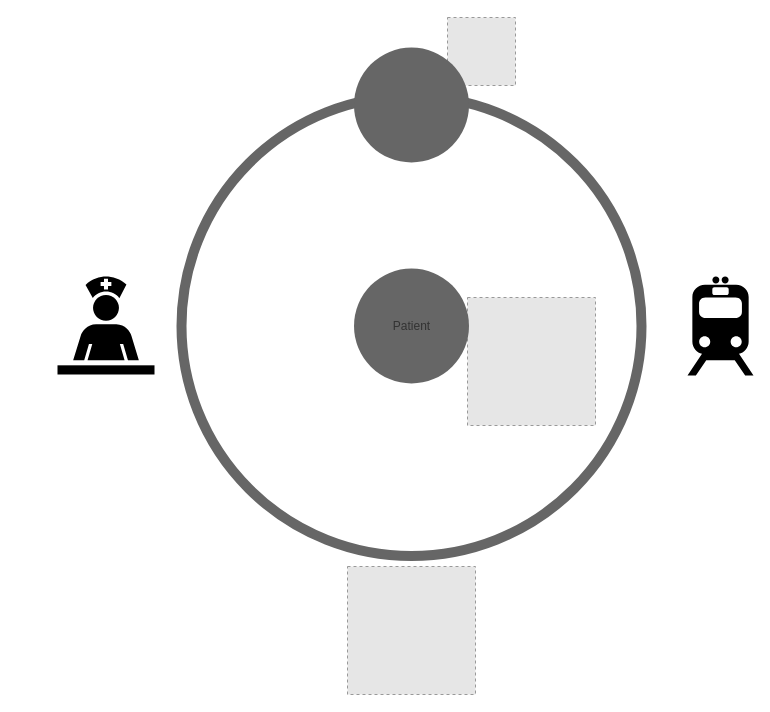
Earlier version of the draw.io diagram Value based healthcare.drawio (eriam/Diagrammes). Source tidied: cells renumbered, new cells numbered last; positions are measured from the earlier drawing's top-left corner, leaving out a move shared by most shapes. Both pictures are drawn from the tidied source at 100%, with x=0, y=0 at pixel (57, 17). Pictures stored in the file or linked from it are replaced by grey dashed boxes.
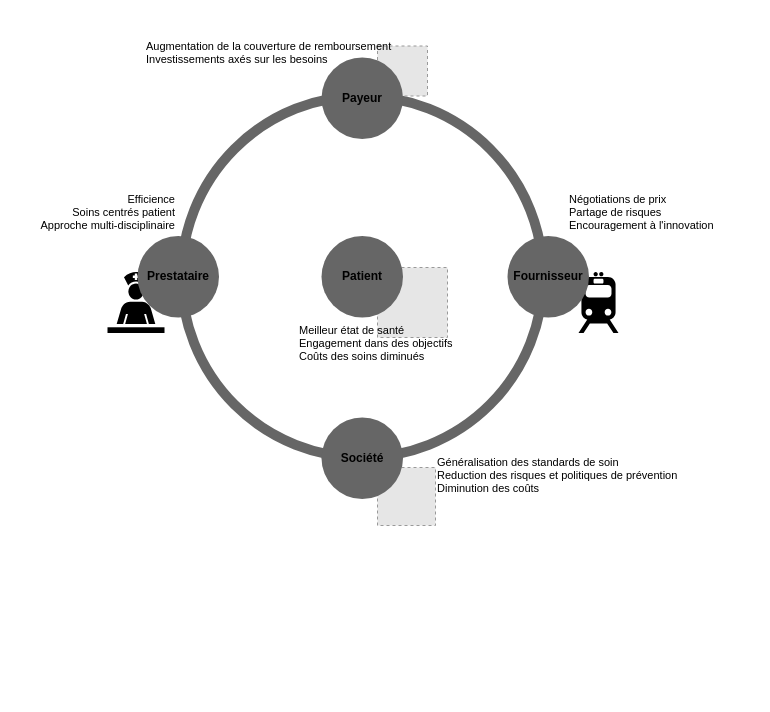
After the change.

Commit message:
Mettre à jour Value based healthcare.drawio

The edit, as a diff of the source:
```diff
@@
 <mxGraphModel>
   <root>
     <mxCell id="0" />
     <mxCell id="1" parent="0" />
     <mxCell id="2" style="ellipse;whiteSpace=wrap;html=1;fillColor=none;strokeWidth=10;strokeColor=#666666;" parent="1" vertex="1">
-      <mxGeometry x="124" y="78.5" width="460" height="460" as="geometry" />
+      <mxGeometry x="124" y="78.5" width="361.5" height="361.5" as="geometry" />
     </mxCell>
     <mxCell id="3" style="shape=mxgraph.signs.healthcare.care_staff_area;html=1;fillColor=#000000;strokeColor=none;verticalLabelPosition=bottom;verticalAlign=top;align=center;" parent="1" vertex="1">
-      <mxGeometry y="259" width="97" height="98" as="geometry" />
+      <mxGeometry x="50" y="254.5" width="57" height="61" as="geometry" />
     </mxCell>
     <mxCell id="4" style="fillColor=#E6E6E6;strokeColor=#999999;dashed=1;html=1;verticalAlign=top;verticalLabelPosition=bottom;labelBackgroundColor=#ffffff;" parent="1" vertex="1">
-      <mxGeometry x="410" y="280" width="128" height="128" as="geometry" />
+      <mxGeometry x="320" y="250" width="70" height="70" as="geometry" />
     </mxCell>
     <mxCell id="5" style="fillColor=#E6E6E6;strokeColor=#999999;dashed=1;html=1;verticalAlign=top;verticalLabelPosition=bottom;labelBackgroundColor=#ffffff;" parent="1" vertex="1">
-      <mxGeometry x="390" width="68" height="68" as="geometry" />
+      <mxGeometry x="320" y="28.5" width="50" height="50" as="geometry" />
     </mxCell>
     <mxCell id="6" style="fillColor=#E6E6E6;strokeColor=#999999;dashed=1;html=1;verticalAlign=top;verticalLabelPosition=bottom;labelBackgroundColor=#ffffff;" parent="1" vertex="1">
-      <mxGeometry x="290" y="549" width="128" height="128" as="geometry" />
+      <mxGeometry x="320" y="450" width="58" height="58" as="geometry" />
     </mxCell>
     <mxCell id="7" style="shape=mxgraph.signs.transportation.train_2;html=1;fillColor=#000000;strokeColor=none;verticalLabelPosition=bottom;verticalAlign=top;align=center;" parent="1" vertex="1">
-      <mxGeometry x="630" y="259" width="66" height="99" as="geometry" />
+      <mxGeometry x="521" y="254.5" width="40" height="61" as="geometry" />
     </mxCell>
-    <mxCell id="8" style="ellipse;whiteSpace=wrap;html=1;strokeWidth=10;fillColor=#666666;fontColor=#333333;strokeColor=none;" parent="1" vertex="1">
-      <mxGeometry x="296.5" y="30" width="115" height="115" as="geometry" />
-    </mxCell>
-    <mxCell id="9" value="&lt;div&gt;Patient&lt;/div&gt;" style="ellipse;whiteSpace=wrap;html=1;strokeWidth=10;fillColor=#666666;fontColor=#333333;strokeColor=none;" parent="1" vertex="1">
-      <mxGeometry x="296.5" y="251" width="115" height="115" as="geometry" />
+    <mxCell id="9" value="&lt;div&gt;Patient&lt;/div&gt;" style="ellipse;whiteSpace=wrap;html=1;strokeWidth=10;fillColor=#666666;fontColor=#000000;strokeColor=none;fontStyle=1;" parent="1" vertex="1">
+      <mxGeometry x="264" y="218.5" width="81.5" height="81.5" as="geometry" />
     </mxCell>
+    <mxCell id="10" value="Payeur" style="ellipse;whiteSpace=wrap;html=1;strokeWidth=10;fillColor=#666666;fontColor=#000000;strokeColor=none;fontStyle=1;" parent="1" vertex="1">
+      <mxGeometry x="264" y="40" width="81.5" height="81.5" as="geometry" />
+    </mxCell>
+    <mxCell id="11" value="Fournisseur" style="ellipse;whiteSpace=wrap;html=1;strokeWidth=10;fillColor=#666666;fontColor=#000000;strokeColor=none;fontStyle=1;" parent="1" vertex="1">
+      <mxGeometry x="450" y="218.5" width="81.5" height="81.5" as="geometry" />
+    </mxCell>
+    <mxCell id="12" value="&lt;div&gt;Société&lt;/div&gt;" style="ellipse;whiteSpace=wrap;html=1;strokeWidth=10;fillColor=#666666;fontColor=#000000;strokeColor=none;fontStyle=1;" parent="1" vertex="1">
+      <mxGeometry x="264" y="400" width="81.5" height="81.5" as="geometry" />
+    </mxCell>
+    <mxCell id="13" value="&lt;div&gt;Prestataire&lt;/div&gt;" style="ellipse;whiteSpace=wrap;html=1;strokeWidth=10;fillColor=#666666;fontColor=#000000;strokeColor=none;fontStyle=1;" parent="1" vertex="1">
+      <mxGeometry x="80" y="218.5" width="81.5" height="81.5" as="geometry" />
+    </mxCell>
+    <mxCell id="14" value="Meilleur état de santé&#10;Engagement dans des objectifs&#10;Coûts des soins diminués" style="text;whiteSpace=wrap;html=1;fontColor=#000000;fontSize=11;" parent="1" vertex="1">
+      <mxGeometry x="240" y="300" width="170" height="60" as="geometry" />
+    </mxCell>
+    <mxCell id="15" value="Négotiations de prix&#10;Partage de risques&#10;Encouragement à l'innovation" style="text;whiteSpace=wrap;html=1;fontSize=11;fontColor=#000000;" parent="1" vertex="1">
+      <mxGeometry x="510" y="168.5" width="170" height="50" as="geometry" />
+    </mxCell>
+    <mxCell id="16" value="Augmentation de la couverture de remboursement&#10;Investissements axés sur les besoins" style="text;whiteSpace=wrap;html=1;fontSize=11;fontColor=#000000;" parent="1" vertex="1">
+      <mxGeometry x="87" y="16" width="270" height="40" as="geometry" />
+    </mxCell>
+    <mxCell id="17" value="Généralisation des standards de soin&#10;Reduction des risques et politiques de prévention&#10;Diminution des coûts" style="text;whiteSpace=wrap;html=1;fontSize=11;fontColor=#000000;" parent="1" vertex="1">
+      <mxGeometry x="378" y="431.5" width="260" height="50" as="geometry" />
+    </mxCell>
+    <mxCell id="18" value="Efficience&#10;Soins centrés patient&#10;Approche multi-disciplinaire" style="text;whiteSpace=wrap;html=1;fontSize=11;fontColor=#000000;align=right;" parent="1" vertex="1">
+      <mxGeometry x="-40" y="168.5" width="160" height="50" as="geometry" />
+    </mxCell>
   </root>
 </mxGraphModel>
```
